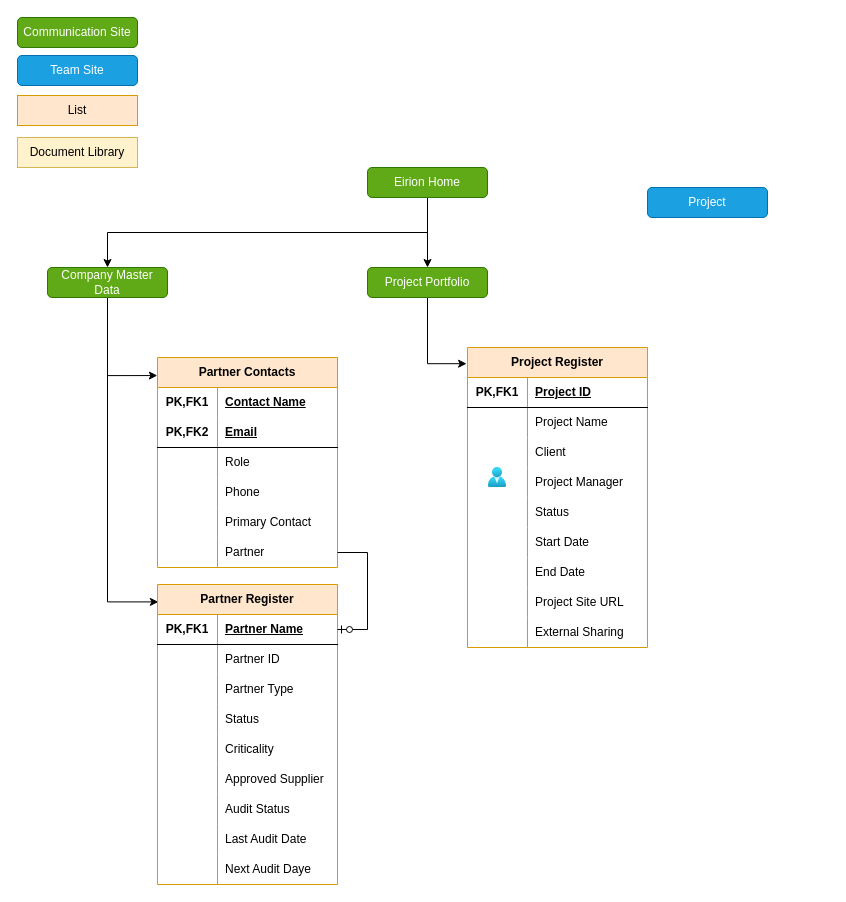
Earlier version of the draw.io diagram Eirion Intranet.drawio (thorfia/eirion-business-processes). Source tidied: cells renumbered, new cells numbered last; positions are measured from the earlier drawing's top-left corner, leaving out a move shared by most shapes. Both pictures are drawn from the tidied source at 100%, with x=0, y=0 at pixel (17, 17).
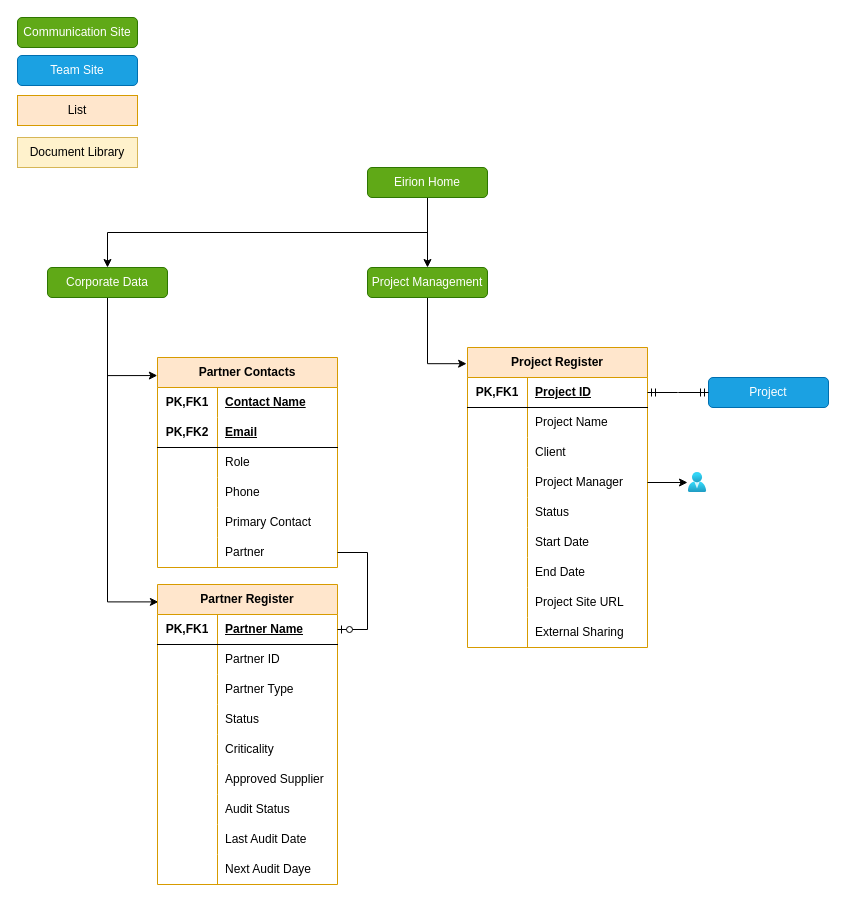
Above is the later version.

Unchanged cells that the change refers to:
```xml
<mxCell id="64" style="shape=tableRow;horizontal=0;startSize=0;swimlaneHead=0;swimlaneBody=0;fillColor=none;points=[[0,0.5],[1,0.5]];portConstraint=eastwest;top=0;left=0;right=0;bottom=1;html=1;" parent="63" vertex="1">
  <mxGeometry y="30" width="180" height="30" as="geometry" />
</mxCell>
<mxCell id="73" style="shape=tableRow;horizontal=0;startSize=0;swimlaneHead=0;swimlaneBody=0;fillColor=none;points=[[0,0.5],[1,0.5]];portConstraint=eastwest;top=0;left=0;right=0;bottom=0;html=1;" parent="63" vertex="1">
  <mxGeometry y="120" width="180" height="30" as="geometry" />
</mxCell>
```

The edit, as a diff of the source:
```diff
@@
-    <mxCell id="9" value="Company Master Data" style="rounded=1;whiteSpace=wrap;html=1;fillColor=#60a917;strokeColor=#2D7600;fontColor=#ffffff;" parent="1" vertex="1">
+    <mxCell id="9" value="Corporate Data" style="rounded=1;whiteSpace=wrap;html=1;fillColor=#60a917;strokeColor=#2D7600;fontColor=#ffffff;" parent="1" vertex="1">
       <mxGeometry x="30" y="250" width="120" height="30" as="geometry" />
     </mxCell>
@@
-    <mxCell id="11" value="Project Portfolio" style="rounded=1;whiteSpace=wrap;html=1;fillColor=#60a917;strokeColor=#2D7600;fontColor=#ffffff;" parent="1" vertex="1">
+    <mxCell id="11" value="Project Management" style="rounded=1;whiteSpace=wrap;html=1;fillColor=#60a917;strokeColor=#2D7600;fontColor=#ffffff;" parent="1" vertex="1">
       <mxGeometry x="350" y="250" width="120" height="30" as="geometry" />
     </mxCell>
     <mxCell id="12" value="Project" style="rounded=1;whiteSpace=wrap;html=1;fillColor=#1ba1e2;strokeColor=#006EAF;fontColor=#ffffff;" parent="1" vertex="1">
-      <mxGeometry x="630" y="170" width="120" height="30" as="geometry" />
+      <mxGeometry x="691" y="360" width="120" height="30" as="geometry" />
     </mxCell>
@@
     <mxCell id="91" style="image;html=1;points=[];align=center;fontSize=12;image=img/lib/azure2/identity/Users.svg;" parent="1" vertex="1">
-      <mxGeometry x="470" y="450" width="20" height="20" as="geometry" />
+      <mxGeometry x="670" y="455" width="20" height="20" as="geometry" />
     </mxCell>
+    <mxCell id="92" style="edgeStyle=orthogonalEdgeStyle;rounded=0;jettySize=auto;html=1;" parent="1" edge="1" source="73" target="91">
+      <mxGeometry relative="1" as="geometry" />
+    </mxCell>
+    <mxCell id="93" style="edgeStyle=entityRelationEdgeStyle;fontSize=12;html=1;endArrow=ERmandOne;startArrow=ERmandOne;rounded=0;exitX=1;exitY=0.5;exitDx=0;exitDy=0;entryX=0;entryY=0.5;entryDx=0;entryDy=0;" parent="1" edge="1" source="64" target="12">
+      <mxGeometry relative="1" as="geometry" />
+    </mxCell>
```
